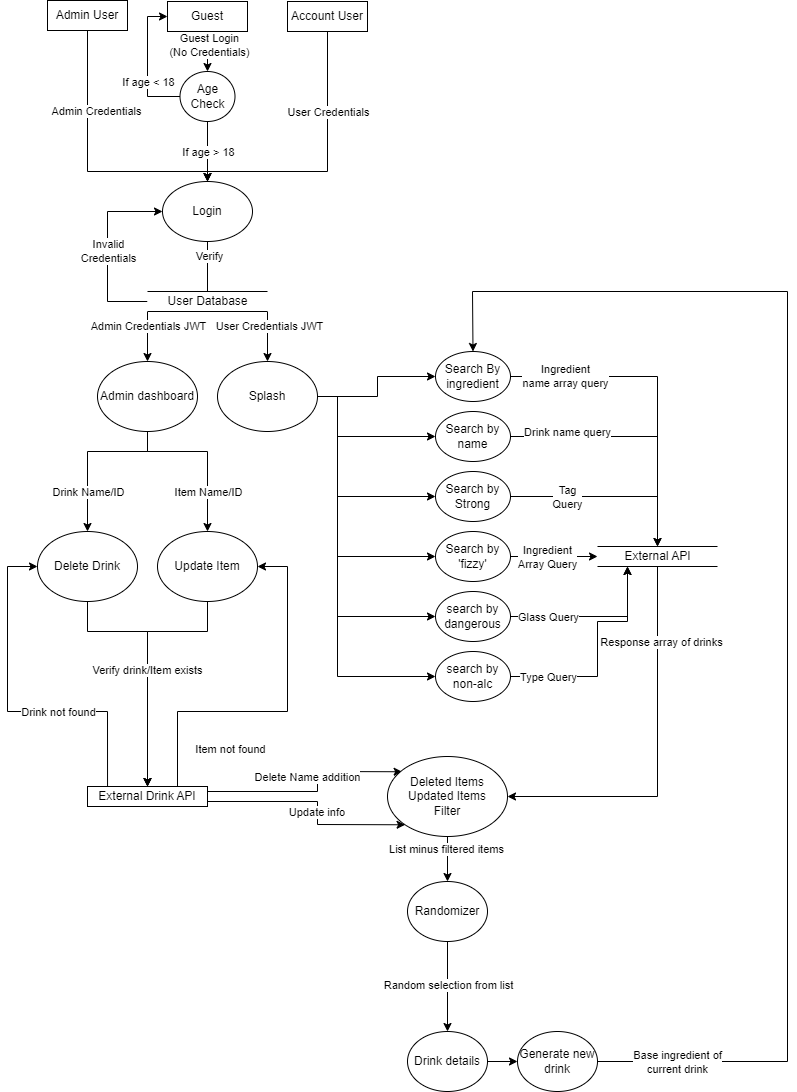
The draw.io diagram docs/DFDs/ShkrDFD.png in NassyKova/Cocktail, before a commit. Source tidied: cells renumbered, new cells last; positions are measured from the earlier drawing's top-left corner, leaving out a move shared by most shapes.
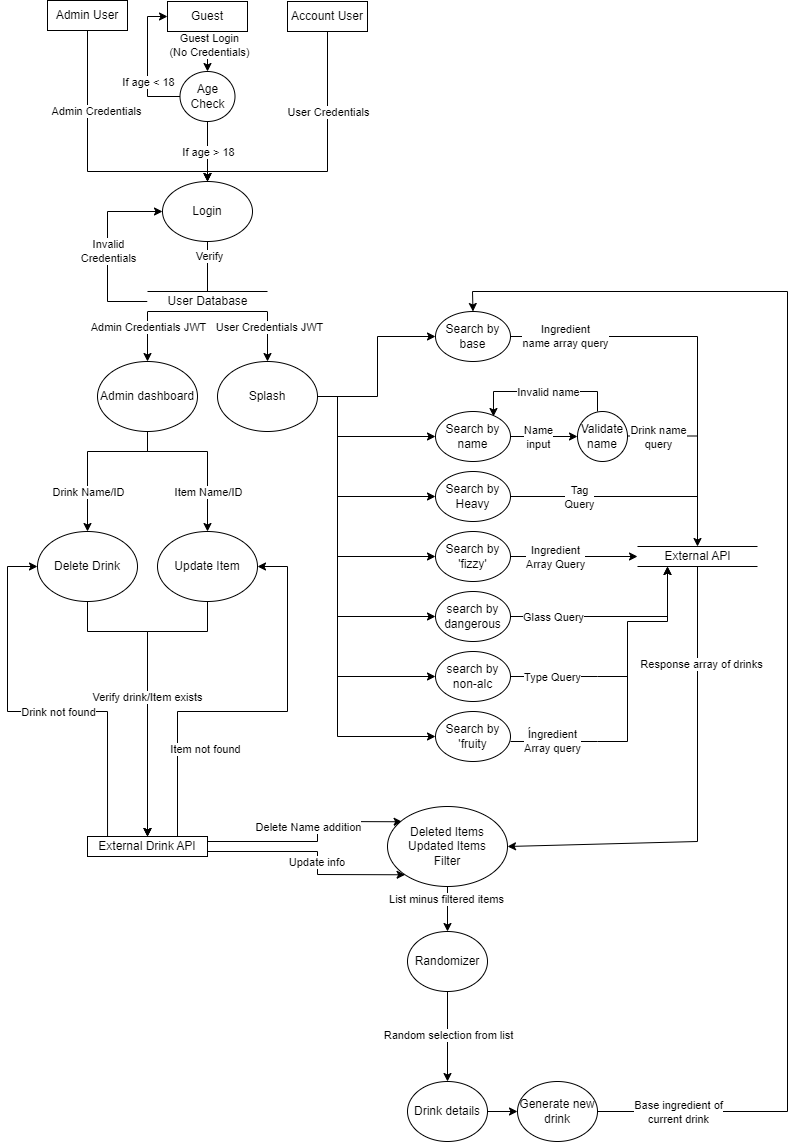
The same file after the commit.

Commit message:
Is the DFD done yet? Who knows? Will it ever be done?

What changed in the source:
```diff
@@ -62,8 +62,8 @@
     <mxCell id="13" value="Splash" style="ellipse;whiteSpace=wrap;html=1;" parent="1" vertex="1">
       <mxGeometry x="210" y="361" width="100" height="70" as="geometry" />
     </mxCell>
-    <mxCell id="14" value="Search By ingredient" style="ellipse;whiteSpace=wrap;html=1;" parent="1" vertex="1">
-      <mxGeometry x="428" y="351" width="75" height="50" as="geometry" />
+    <mxCell id="14" value="Search by base" style="ellipse;whiteSpace=wrap;html=1;" parent="1" vertex="1">
+      <mxGeometry x="428" y="311" width="75" height="50" as="geometry" />
     </mxCell>
     <mxCell id="15" value="Admin dashboard" style="ellipse;whiteSpace=wrap;html=1;" parent="1" vertex="1">
       <mxGeometry x="90" y="361" width="100" height="70" as="geometry" />
@@ -114,7 +114,7 @@
       <mxGeometry relative="1" as="geometry">
         <Array as="points">
           <mxPoint x="370" y="396" />
-          <mxPoint x="370" y="376" />
+          <mxPoint x="370" y="336" />
         </Array>
       </mxGeometry>
     </mxCell>
@@ -129,29 +129,17 @@
     <mxCell id="27" style="endArrow=classic;html=1;rounded=0;exitX=1;exitY=0.5;exitDx=0;exitDy=0;entryX=0.5;entryY=0;entryDx=0;entryDy=0;" parent="1" edge="1" source="14" target="79">
       <mxGeometry relative="1" as="geometry">
         <Array as="points">
-          <mxPoint x="650" y="376" />
+          <mxPoint x="690" y="336" />
         </Array>
       </mxGeometry>
     </mxCell>
     <mxCell id="28" value="Ingredient&lt;br&gt;name array query" style="edgeLabel;html=1;align=center;verticalAlign=middle;" parent="1" vertex="1">
-      <mxGeometry x="530" y="376" as="geometry">
+      <mxGeometry x="530" y="336" as="geometry">
         <mxPoint x="27" y="-1" as="offset" />
       </mxGeometry>
     </mxCell>
-    <mxCell id="29" style="endArrow=classic;html=1;rounded=0;entryX=0.5;entryY=0;entryDx=0;entryDy=0;exitX=1;exitY=0.5;exitDx=0;exitDy=0;" parent="1" edge="1" source="21" target="79">
-      <mxGeometry relative="1" as="geometry">
-        <Array as="points">
-          <mxPoint x="650" y="436" />
-        </Array>
-      </mxGeometry>
-    </mxCell>
-    <mxCell id="30" value="Drink name query" style="edgeLabel;html=1;align=center;verticalAlign=middle;" parent="29" vertex="1">
-      <mxGeometry x="-0.66" y="2" relative="1" as="geometry">
-        <mxPoint x="12" y="-3" as="offset" />
-      </mxGeometry>
-    </mxCell>
     <mxCell id="31" value="External Drink API" style="rounded=0;whiteSpace=wrap;html=1;" parent="1" vertex="1">
-      <mxGeometry x="80" y="786" width="120" height="20" as="geometry" />
+      <mxGeometry x="80" y="836" width="120" height="20" as="geometry" />
     </mxCell>
     <mxCell id="32" style="endArrow=classic;html=1;rounded=0;exitX=0.5;exitY=1;exitDx=0;exitDy=0;entryX=0.5;entryY=0;entryDx=0;entryDy=0;" parent="1" edge="1" source="20" target="31">
       <mxGeometry relative="1" as="geometry">
@@ -174,10 +162,10 @@
     </mxCell>
     <mxCell id="35" style="endArrow=classic;html=1;rounded=0;entryX=0;entryY=0;entryDx=0;entryDy=0;exitX=1;exitY=0.25;exitDx=0;exitDy=0;" parent="1" edge="1" source="31">
       <mxGeometry relative="1" as="geometry">
-        <mxPoint x="394.6" y="771.3" as="targetPoint" />
+        <mxPoint x="394.6" y="821.3" as="targetPoint" />
         <Array as="points">
-          <mxPoint x="310" y="791" />
-          <mxPoint x="310" y="771" />
+          <mxPoint x="310" y="841" />
+          <mxPoint x="310" y="821" />
         </Array>
       </mxGeometry>
     </mxCell>
@@ -194,17 +182,16 @@
     </mxCell>
     <mxCell id="39" style="endArrow=classic;html=1;rounded=0;entryX=0.5;entryY=0;entryDx=0;entryDy=0;exitX=0.5;exitY=1;exitDx=0;exitDy=0;" parent="1" edge="1" target="31">
       <mxGeometry relative="1" as="geometry">
-        <mxPoint x="140" y="741" as="sourcePoint" />
+        <mxPoint x="140" y="791" as="sourcePoint" />
       </mxGeometry>
     </mxCell>
     <mxCell id="40" value="Deleted Items&lt;br&gt;Updated Items&lt;br&gt;Filter" style="ellipse;whiteSpace=wrap;html=1;" parent="1" vertex="1">
-      <mxGeometry x="380" y="756" width="120" height="80" as="geometry" />
+      <mxGeometry x="380" y="806" width="120" height="80" as="geometry" />
     </mxCell>
-    <mxCell id="41" style="endArrow=classic;html=1;rounded=0;entryX=1;entryY=0.5;entryDx=0;entryDy=0;startArrow=none;" parent="1" edge="1" target="40">
+    <mxCell id="41" style="endArrow=classic;html=1;rounded=0;entryX=1;entryY=0.5;entryDx=0;entryDy=0;startArrow=none;exitX=0.5;exitY=1;exitDx=0;exitDy=0;" parent="1" edge="1" source="79" target="40">
       <mxGeometry relative="1" as="geometry">
-        <mxPoint x="650" y="561" as="sourcePoint" />
         <Array as="points">
-          <mxPoint x="650" y="796" />
+          <mxPoint x="690" y="841" />
         </Array>
       </mxGeometry>
     </mxCell>
@@ -213,7 +200,7 @@
     </mxCell>
     <mxCell id="43" style="endArrow=classic;html=1;rounded=0;exitX=0.5;exitY=1;exitDx=0;exitDy=0;" parent="1" edge="1" source="40">
       <mxGeometry relative="1" as="geometry">
-        <mxPoint x="440" y="881" as="targetPoint" />
+        <mxPoint x="440" y="931" as="targetPoint" />
       </mxGeometry>
     </mxCell>
     <mxCell id="44" value="List minus filtered items" style="edgeLabel;html=1;align=center;verticalAlign=middle;" parent="43" vertex="1">
@@ -224,8 +211,8 @@
     <mxCell id="45" style="endArrow=classic;html=1;rounded=0;entryX=0;entryY=1;entryDx=0;entryDy=0;exitX=1;exitY=0.75;exitDx=0;exitDy=0;" parent="1" edge="1" source="31" target="40">
       <mxGeometry relative="1" as="geometry">
         <Array as="points">
-          <mxPoint x="310" y="801" />
-          <mxPoint x="310" y="824" />
+          <mxPoint x="310" y="851" />
+          <mxPoint x="310" y="874" />
         </Array>
       </mxGeometry>
     </mxCell>
@@ -235,11 +222,11 @@
       </mxGeometry>
     </mxCell>
     <mxCell id="47" value="Drink details" style="ellipse;whiteSpace=wrap;html=1;" parent="1" vertex="1">
-      <mxGeometry x="400" y="1031" width="80" height="60" as="geometry" />
+      <mxGeometry x="400" y="1081" width="80" height="60" as="geometry" />
     </mxCell>
     <mxCell id="48" style="endArrow=classic;html=1;rounded=0;" parent="1" edge="1" target="47">
       <mxGeometry relative="1" as="geometry">
-        <mxPoint x="440" y="941" as="sourcePoint" />
+        <mxPoint x="440" y="991" as="sourcePoint" />
       </mxGeometry>
     </mxCell>
     <mxCell id="49" value="Random selection from list" style="edgeLabel;html=1;align=center;verticalAlign=middle;" parent="48" vertex="1">
@@ -248,7 +235,7 @@
       </mxGeometry>
     </mxCell>
     <mxCell id="50" value="Generate new drink" style="ellipse;whiteSpace=wrap;html=1;" parent="1" vertex="1">
-      <mxGeometry x="510" y="1031" width="80" height="60" as="geometry" />
+      <mxGeometry x="510" y="1081" width="80" height="60" as="geometry" />
     </mxCell>
     <mxCell id="51" style="endArrow=classic;html=1;rounded=0;entryX=0;entryY=0.5;entryDx=0;entryDy=0;exitX=1;exitY=0.5;exitDx=0;exitDy=0;" parent="1" edge="1" source="47" target="50">
       <mxGeometry relative="1" as="geometry" />
@@ -275,7 +262,7 @@
       <mxGeometry x="140" y="291" width="120" height="20" as="geometry" />
     </mxCell>
     <mxCell id="59" value="Randomizer" style="ellipse;whiteSpace=wrap;html=1;" parent="1" vertex="1">
-      <mxGeometry x="400" y="881" width="80" height="60" as="geometry" />
+      <mxGeometry x="400" y="931" width="80" height="60" as="geometry" />
     </mxCell>
     <mxCell id="60" style="endArrow=classic;html=1;rounded=0;entryX=1;entryY=0.5;entryDx=0;entryDy=0;exitX=0.75;exitY=0;exitDx=0;exitDy=0;" parent="1" edge="1" source="31" target="22">
       <mxGeometry relative="1" as="geometry">
@@ -311,7 +298,7 @@
     <mxCell id="65" style="endArrow=classic;html=1;rounded=0;exitX=1;exitY=0.5;exitDx=0;exitDy=0;entryX=0.5;entryY=0;entryDx=0;entryDy=0;" parent="1" edge="1" source="50" target="14">
       <mxGeometry relative="1" as="geometry">
         <Array as="points">
-          <mxPoint x="780" y="1061" />
+          <mxPoint x="780" y="1111" />
           <mxPoint x="780" y="291" />
           <mxPoint x="465" y="291" />
         </Array>
@@ -351,7 +338,7 @@
     <mxCell id="72" value="Search by 'fizzy'" style="ellipse;whiteSpace=wrap;html=1;" parent="1" vertex="1">
       <mxGeometry x="428" y="531" width="75" height="50" as="geometry" />
     </mxCell>
-    <mxCell id="73" value="Search by Strong" style="ellipse;whiteSpace=wrap;html=1;" parent="1" vertex="1">
+    <mxCell id="73" value="Search by Heavy" style="ellipse;whiteSpace=wrap;html=1;" parent="1" vertex="1">
       <mxGeometry x="428" y="471" width="75" height="50" as="geometry" />
     </mxCell>
     <mxCell id="74" value="search by non-alc" style="ellipse;whiteSpace=wrap;html=1;" parent="1" vertex="1">
@@ -393,14 +380,14 @@
       </mxGeometry>
     </mxCell>
     <mxCell id="79" value="External API" style="html=1;dashed=0;whitespace=wrap;shape=partialRectangle;right=0;left=0;" parent="1" vertex="1">
-      <mxGeometry x="590" y="546" width="120" height="20" as="geometry" />
+      <mxGeometry x="630" y="546" width="120" height="20" as="geometry" />
     </mxCell>
     <mxCell id="80" style="edgeStyle=orthogonalEdgeStyle;rounded=0;orthogonalLoop=1;jettySize=auto;html=1;exitX=0.5;exitY=1;exitDx=0;exitDy=0;" parent="1" edge="1" source="79" target="79">
       <mxGeometry relative="1" as="geometry" />
     </mxCell>
     <mxCell id="81" style="endArrow=none;html=1;rounded=0;exitX=1;exitY=0.5;exitDx=0;exitDy=0;" parent="1" edge="1" source="73">
       <mxGeometry relative="1" as="geometry">
-        <mxPoint x="650" y="496" as="targetPoint" />
+        <mxPoint x="690" y="496" as="targetPoint" />
         <Array as="points">
           <mxPoint x="570" y="496" />
         </Array>
@@ -425,7 +412,7 @@
     <mxCell id="86" style="endArrow=classic;html=1;rounded=0;entryX=0.25;entryY=1;entryDx=0;entryDy=0;exitX=1;exitY=0.5;exitDx=0;exitDy=0;" parent="1" edge="1" source="85" target="79">
       <mxGeometry relative="1" as="geometry">
         <Array as="points">
-          <mxPoint x="620" y="616" />
+          <mxPoint x="660" y="616" />
         </Array>
       </mxGeometry>
     </mxCell>
@@ -438,8 +425,9 @@
       <mxGeometry relative="1" as="geometry">
         <Array as="points">
           <mxPoint x="590" y="676" />
-          <mxPoint x="590" y="621" />
+          <mxPoint x="620" y="676" />
           <mxPoint x="620" y="621" />
+          <mxPoint x="660" y="621" />
         </Array>
       </mxGeometry>
     </mxCell>
@@ -448,5 +436,71 @@
         <mxPoint x="14" as="offset" />
       </mxGeometry>
     </mxCell>
+    <mxCell id="90" value="Search by 'fruity" style="ellipse;whiteSpace=wrap;html=1;" parent="1" vertex="1">
+      <mxGeometry x="428" y="711" width="75" height="50" as="geometry" />
+    </mxCell>
+    <mxCell id="91" style="endArrow=classic;html=1;rounded=0;entryX=0;entryY=0.5;entryDx=0;entryDy=0;" parent="1" edge="1">
+      <mxGeometry relative="1" as="geometry">
+        <mxPoint x="330" y="661" as="sourcePoint" />
+        <mxPoint x="428" y="736" as="targetPoint" />
+        <Array as="points">
+          <mxPoint x="330" y="736" />
+        </Array>
+      </mxGeometry>
+    </mxCell>
+    <mxCell id="92" style="endArrow=none;html=1;rounded=0;" parent="1" edge="1">
+      <mxGeometry relative="1" as="geometry">
+        <mxPoint x="503" y="741" as="sourcePoint" />
+        <mxPoint x="620" y="671" as="targetPoint" />
+        <Array as="points">
+          <mxPoint x="590" y="741" />
+          <mxPoint x="620" y="741" />
+        </Array>
+      </mxGeometry>
+    </mxCell>
+    <mxCell id="93" value="Íngredient&lt;br&gt;Array query" style="edgeLabel;html=1;align=center;verticalAlign=middle;" parent="92" vertex="1">
+      <mxGeometry x="-0.72" y="1" relative="1" as="geometry">
+        <mxPoint x="15" as="offset" />
+      </mxGeometry>
+    </mxCell>
+    <mxCell id="94" value="Validate name" style="ellipse;whiteSpace=wrap;html=1;" parent="1" vertex="1">
+      <mxGeometry x="570" y="411" width="50" height="50" as="geometry" />
+    </mxCell>
+    <mxCell id="95" style="endArrow=classic;html=1;rounded=0;entryX=0;entryY=0.5;entryDx=0;entryDy=0;exitX=1;exitY=0.5;exitDx=0;exitDy=0;" parent="1" edge="1">
+      <mxGeometry relative="1" as="geometry">
+        <mxPoint x="503" y="436" as="sourcePoint" />
+        <mxPoint x="570" y="436" as="targetPoint" />
+      </mxGeometry>
+    </mxCell>
+    <mxCell id="96" value="Name &lt;br&gt;input" style="edgeLabel;html=1;align=center;verticalAlign=middle;" parent="95" vertex="1">
+      <mxGeometry x="-0.37" y="2" relative="1" as="geometry">
+        <mxPoint x="6" y="2" as="offset" />
+      </mxGeometry>
+    </mxCell>
+    <mxCell id="97" style="endArrow=classic;html=1;rounded=0;entryX=0.773;entryY=0.1;entryDx=0;entryDy=0;entryPerimeter=0;" parent="1" edge="1" target="21">
+      <mxGeometry relative="1" as="geometry">
+        <mxPoint x="590" y="411" as="sourcePoint" />
+        <Array as="points">
+          <mxPoint x="590" y="391" />
+          <mxPoint x="486" y="391" />
+        </Array>
+      </mxGeometry>
+    </mxCell>
+    <mxCell id="98" value="Invalid name" style="edgeLabel;html=1;align=center;verticalAlign=middle;" parent="97" vertex="1">
+      <mxGeometry x="0.13" y="-3" relative="1" as="geometry">
+        <mxPoint x="14" y="3" as="offset" />
+      </mxGeometry>
+    </mxCell>
+    <mxCell id="99" style="endArrow=none;html=1;rounded=0;" parent="1" edge="1">
+      <mxGeometry relative="1" as="geometry">
+        <mxPoint x="620" y="435.5" as="sourcePoint" />
+        <mxPoint x="690" y="435.5" as="targetPoint" />
+      </mxGeometry>
+    </mxCell>
+    <mxCell id="30" value="Drink name&lt;br&gt;query" style="edgeLabel;html=1;align=center;verticalAlign=middle;" parent="99" vertex="1">
+      <mxGeometry x="-0.54" relative="1" as="geometry">
+        <mxPoint x="14" y="1" as="offset" />
+      </mxGeometry>
+    </mxCell>
   </root>
 </mxGraphModel>
```
